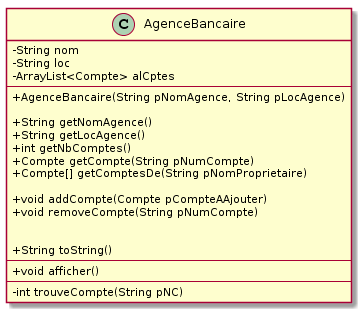
Earlier version of the PlantUML export POO/images/plantuml/classeAgenceBancaire.png (IUT-Blagnac/POO). Source of this version:
```plantuml
@startuml
skinparam classAttributeIconSize 0

class AgenceBancaire {
	- String nom
	- String loc
	- ArrayList<Compte> alCptes
---
	+ AgenceBancaire(String pNomAgence, String pLocAgence)

	+ String getNomAgence()
	+ String getLocAgence()
	+ int getNbComptes()
	+ Compte getCompte(String pNumCompte)
	+ Compte[] getComptesDe(String pNomProprietaire)

	+ void addCompte(Compte pCompteAAjouter)
	+ void removeCompte(String pNumCompte)


	+ String toString()
	---
        + void afficher()
	---
	- int trouveCompte(String pNC)
}
@enduml
```
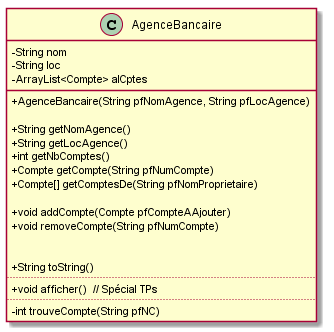
After the change.

The edit, as a diff of the source:
```diff
@@ -5,23 +5,24 @@
 	- String nom
 	- String loc
 	- ArrayList<Compte> alCptes
----
-	+ AgenceBancaire(String pNomAgence, String pLocAgence)
+____
+	+ AgenceBancaire(String pfNomAgence, String pfLocAgence)
 
 	+ String getNomAgence()
 	+ String getLocAgence()
 	+ int getNbComptes()
-	+ Compte getCompte(String pNumCompte)
-	+ Compte[] getComptesDe(String pNomProprietaire)
+	+ Compte getCompte(String pfNumCompte)
+	+ Compte[] getComptesDe(String pfNomProprietaire)
 
-	+ void addCompte(Compte pCompteAAjouter)
-	+ void removeCompte(String pNumCompte)
+	+ void addCompte(Compte pfCompteAAjouter)
+	+ void removeCompte(String pfNumCompte)
 
 
 	+ String toString()
-	---
-        + void afficher()
-	---
-	- int trouveCompte(String pNC)
+....
+        + void afficher()  // Spécial TPs
+....
+	- int trouveCompte(String pfNC)
 }
+
 @enduml
```
